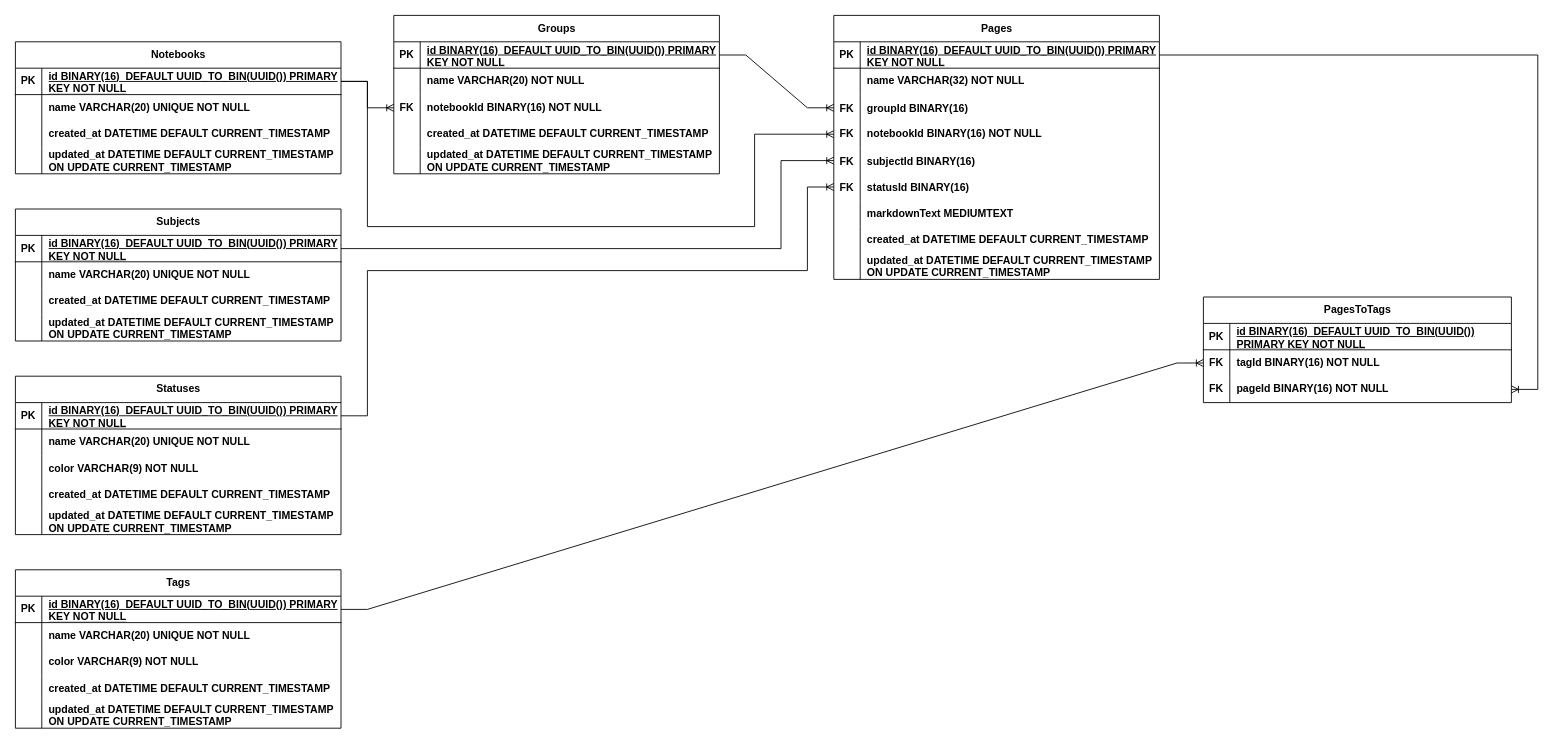
The draw.io diagram project_files/EverywhereInk_ERDiagram.drawio in aselapasinduD/EverywhereInk, before the edit. Source tidied: cells renumbered, new cells numbered last; positions are measured from the earlier drawing's top-left corner, leaving out a move shared by most shapes. Both pictures are drawn from the tidied source at 88%, with x=0, y=0 at pixel (15, 15).
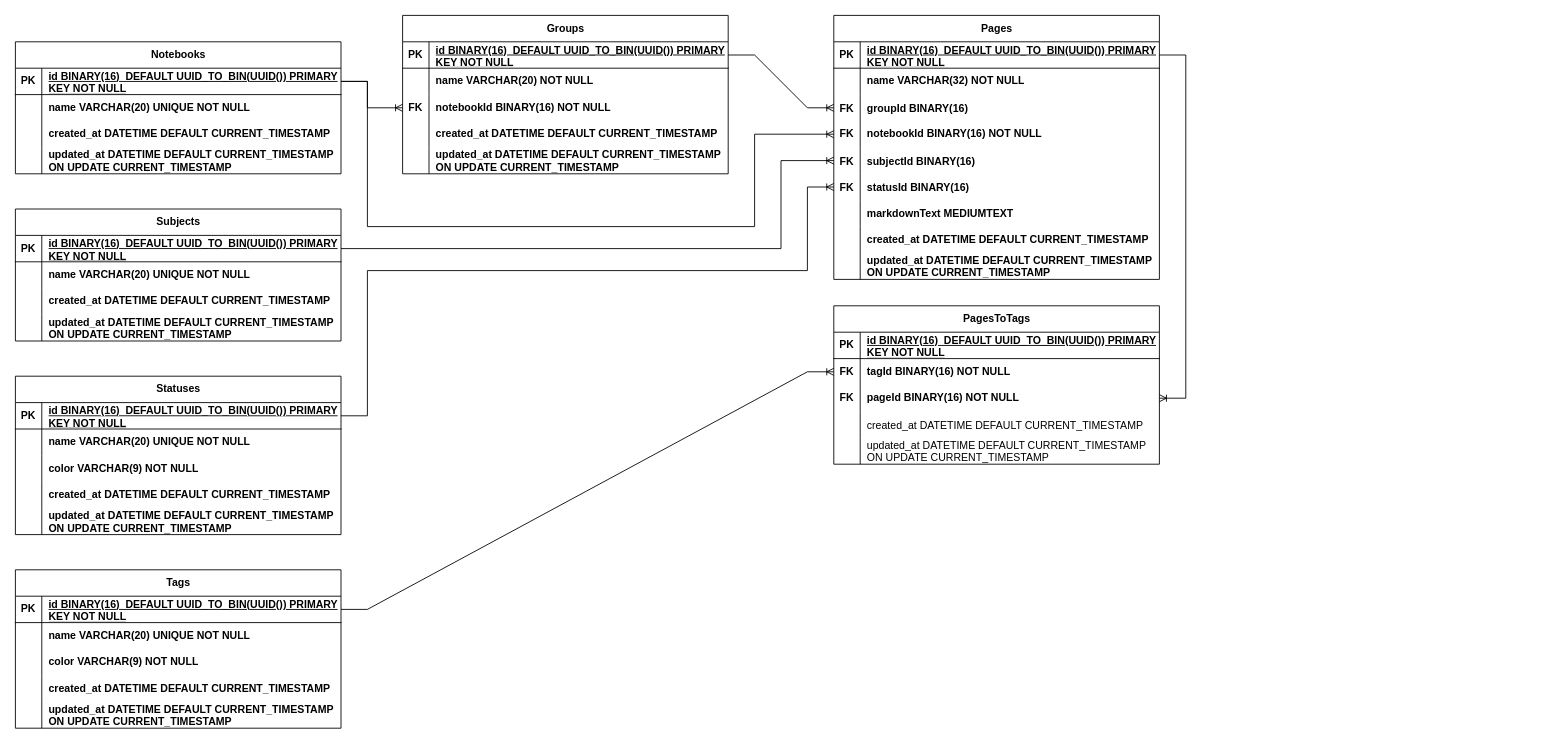
After the change.

The change refers to these unchanged cells:
```xml
<mxCell id="79" style="shape=tableRow;horizontal=0;startSize=0;swimlaneHead=0;swimlaneBody=0;fillColor=none;points=[[0,0.5],[1,0.5]];portConstraint=eastwest;top=0;left=0;right=0;bottom=1;strokeColor=default;align=center;verticalAlign=middle;fontFamily=Helvetica;fontSize=12;fontColor=default;fontStyle=1;" parent="78" vertex="1">
  <mxGeometry y="30" width="370" height="30" as="geometry" />
</mxCell>
```

The edit, as a diff of the source:
```diff
@@
     <mxCell id="60" value="Groups" style="shape=table;startSize=30;childLayout=tableLayout;rowLines=0;fontStyle=1;align=center;html=1;strokeColor=default;verticalAlign=middle;fontFamily=Helvetica;fontSize=12;fontColor=default;fillColor=default;" parent="1" vertex="1">
-      <mxGeometry x="430" width="370" height="180" as="geometry" />
+      <mxGeometry x="440" width="370" height="180" as="geometry" />
     </mxCell>
@@
     <mxCell id="110" value="PagesToTags" style="shape=table;startSize=30;childLayout=tableLayout;rowLines=0;fontStyle=1;align=center;html=1;" parent="1" vertex="1">
-      <mxGeometry x="1350" y="320" width="350" height="120" as="geometry" />
+      <mxGeometry x="930" y="330" width="370" height="180" as="geometry" />
     </mxCell>
     <mxCell id="111" style="shape=tableRow;horizontal=0;startSize=0;swimlaneHead=0;swimlaneBody=0;fillColor=none;top=0;left=0;right=0;bottom=1;" parent="110" vertex="1">
-      <mxGeometry y="30" width="350" height="30" as="geometry" />
+      <mxGeometry y="30" width="370" height="30" as="geometry" />
     </mxCell>
@@
     <mxCell id="113" value="id BINARY(16)&amp;nbsp; DEFAULT UUID_TO_BIN(UUID()) PRIMARY KEY NOT NULL" style="shape=partialRectangle;fillColor=none;top=0;left=0;bottom=0;right=0;align=left;spacingLeft=6;fontStyle=5;overflow=hidden;whiteSpace=wrap;html=1;" parent="111" vertex="1">
-      <mxGeometry x="30" width="320" height="30" as="geometry" />
+      <mxGeometry x="30" width="340" height="30" as="geometry" />
     </mxCell>
     <mxCell id="114" style="shape=tableRow;horizontal=0;startSize=0;swimlaneHead=0;swimlaneBody=0;fillColor=none;points=[[0,0.5],[1,0.5]];portConstraint=eastwest;top=0;left=0;right=0;bottom=0;fontStyle=1;" parent="110" vertex="1">
-      <mxGeometry y="60" width="350" height="30" as="geometry" />
+      <mxGeometry y="60" width="370" height="30" as="geometry" />
     </mxCell>
@@
     <mxCell id="116" value="&lt;b&gt;tagId BINARY(16) NOT NULL&lt;/b&gt;" style="shape=partialRectangle;fillColor=none;top=0;left=0;bottom=0;right=0;align=left;spacingLeft=6;overflow=hidden;whiteSpace=wrap;html=1;" parent="114" vertex="1">
-      <mxGeometry x="30" width="320" height="30" as="geometry" />
+      <mxGeometry x="30" width="340" height="30" as="geometry" />
     </mxCell>
     <mxCell id="117" style="shape=tableRow;horizontal=0;startSize=0;swimlaneHead=0;swimlaneBody=0;fillColor=none;points=[[0,0.5],[1,0.5]];portConstraint=eastwest;top=0;left=0;right=0;bottom=0;fontStyle=1;" parent="110" vertex="1">
-      <mxGeometry y="90" width="350" height="30" as="geometry" />
+      <mxGeometry y="90" width="370" height="30" as="geometry" />
     </mxCell>
@@
     <mxCell id="119" value="&lt;b&gt;pageId BINARY(16) NOT NULL&lt;/b&gt;" style="shape=partialRectangle;fillColor=none;top=0;left=0;bottom=0;right=0;align=left;spacingLeft=6;overflow=hidden;whiteSpace=wrap;html=1;" parent="117" vertex="1">
-      <mxGeometry x="30" width="320" height="30" as="geometry" />
+      <mxGeometry x="30" width="340" height="30" as="geometry" />
     </mxCell>
+    <mxCell id="121" style="shape=tableRow;horizontal=0;startSize=0;swimlaneHead=0;swimlaneBody=0;fillColor=none;top=0;left=0;right=0;bottom=0;" parent="110" vertex="1">
+      <mxGeometry y="120" width="370" height="30" as="geometry" />
+    </mxCell>
+    <mxCell id="122" style="shape=partialRectangle;fillColor=none;top=0;left=0;bottom=0;right=0;overflow=hidden;" parent="121" vertex="1">
+      <mxGeometry width="30" height="30" as="geometry" />
+    </mxCell>
+    <mxCell id="123" value="created_at DATETIME DEFAULT CURRENT_TIMESTAMP" style="shape=partialRectangle;fillColor=none;top=0;left=0;bottom=0;right=0;align=left;spacingLeft=6;overflow=hidden;" parent="121" vertex="1">
+      <mxGeometry x="30" width="340" height="30" as="geometry" />
+    </mxCell>
+    <mxCell id="124" style="shape=tableRow;horizontal=0;startSize=0;swimlaneHead=0;swimlaneBody=0;fillColor=none;top=0;left=0;right=0;bottom=0;" parent="110" vertex="1">
+      <mxGeometry y="150" width="370" height="30" as="geometry" />
+    </mxCell>
+    <mxCell id="125" style="shape=partialRectangle;fillColor=none;top=0;left=0;bottom=0;right=0;overflow=hidden;" parent="124" vertex="1">
+      <mxGeometry width="30" height="30" as="geometry" />
+    </mxCell>
+    <mxCell id="126" value="updated_at DATETIME DEFAULT CURRENT_TIMESTAMP&#10;ON UPDATE CURRENT_TIMESTAMP" style="shape=partialRectangle;fillColor=none;top=0;left=0;bottom=0;right=0;align=left;spacingLeft=6;overflow=hidden;" parent="124" vertex="1">
+      <mxGeometry x="30" width="340" height="30" as="geometry" />
+    </mxCell>
     <mxCell id="120" style="edgeStyle=orthogonalEdgeStyle;fontSize=12;html=1;endArrow=ERoneToMany;rounded=0;exitX=1;exitY=0.5;exitDx=0;exitDy=0;entryX=1;entryY=0.5;entryDx=0;entryDy=0;" parent="1" edge="1" source="79" target="117">
       <mxGeometry relative="1" as="geometry">
         <Array as="points">
-          <mxPoint x="1730" y="45" />
-          <mxPoint x="1730" y="425" />
+          <mxPoint x="1330" y="45" />
+          <mxPoint x="1330" y="435" />
         </Array>
       </mxGeometry>
     </mxCell>
```
